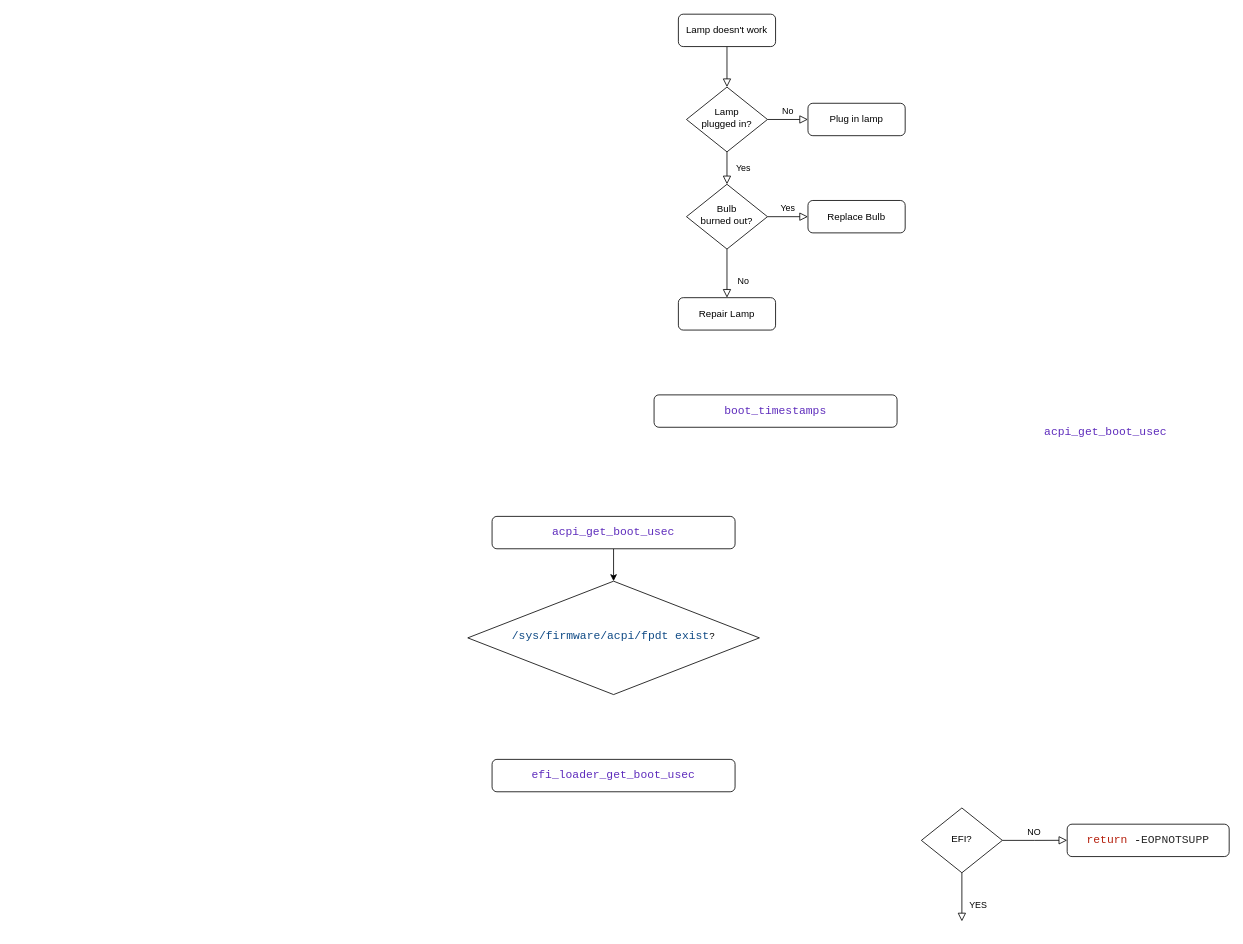
wbzzx-bb/wb-linux keeps this draw.io diagram as systemd.drawio. Above is the earlier version. Source tidied: cells renumbered, new cells numbered last; positions are measured from the earlier drawing's top-left corner, leaving out a move shared by most shapes. Both pictures are drawn from the tidied source at 81%, with x=0, y=0 at pixel (467, 14).
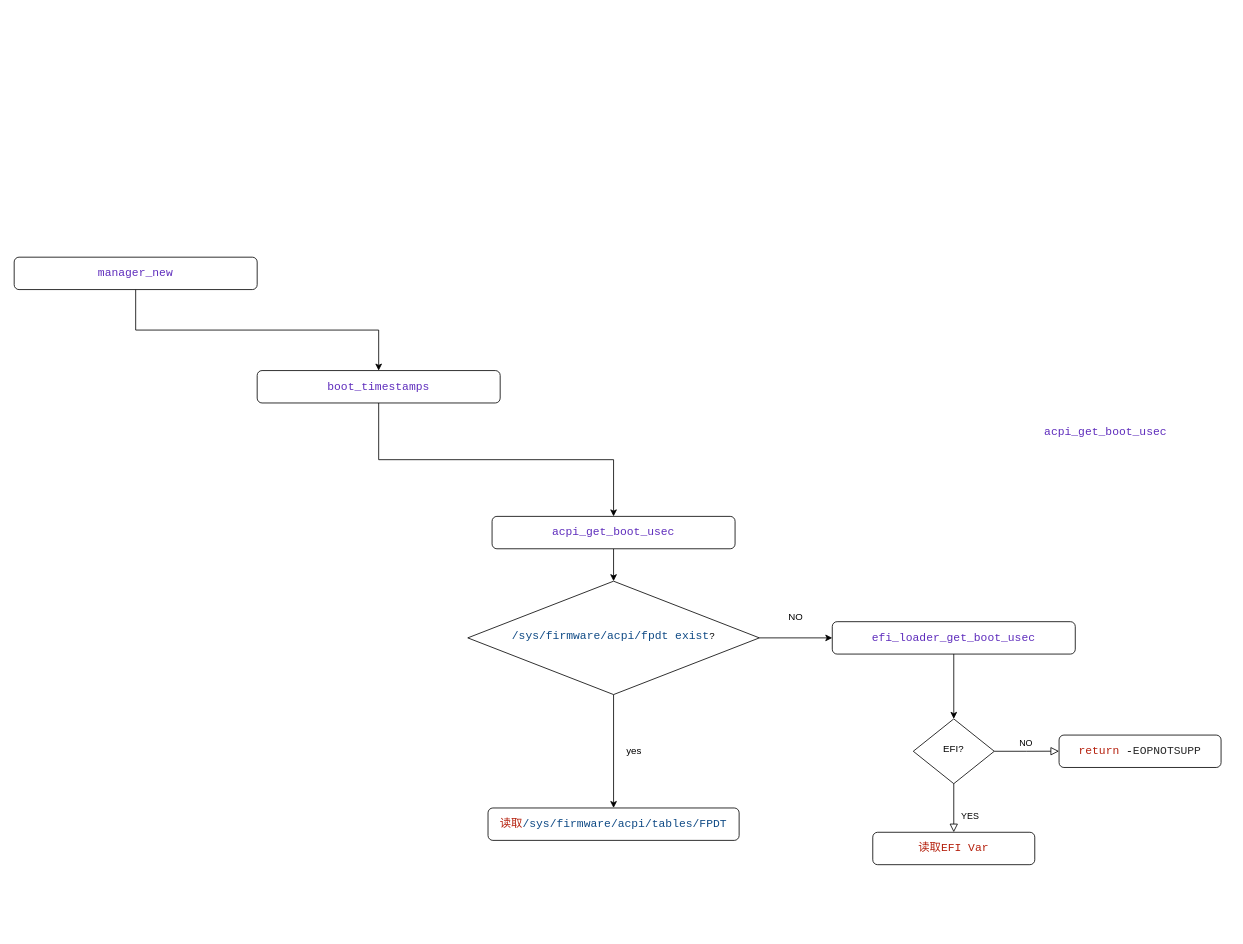
The same diagram, later.

The change refers to these unchanged cells:
```xml
<mxCell id="21" value="&lt;div style=&quot;color: rgb(41, 41, 41); background-color: rgb(255, 255, 255); font-family: Consolas, &amp;quot;Courier New&amp;quot;, monospace; font-size: 14px; line-height: 19px; white-space: pre;&quot;&gt;&lt;span style=&quot;color: rgb(94, 44, 188); text-align: left;&quot;&gt;acpi_get_boot_usec&lt;/span&gt;&lt;/div&gt;" style="rounded=1;whiteSpace=wrap;html=1;fontSize=12;glass=0;strokeWidth=1;shadow=0;" parent="1" vertex="1">
  <mxGeometry x="30" y="620" width="300" height="40" as="geometry" />
</mxCell>
<mxCell id="22" value="&lt;span style=&quot;color: rgb(15, 74, 133); background-color: rgb(255, 255, 255); font-family: Consolas, &amp;quot;Courier New&amp;quot;, monospace; font-size: 14px; white-space: pre;&quot;&gt;/sys/firmware/acpi/fpdt exist&lt;/span&gt;?" style="rhombus;whiteSpace=wrap;html=1;shadow=0;fontFamily=Helvetica;fontSize=12;align=center;strokeWidth=1;spacing=6;spacingTop=-4;" parent="1" vertex="1">
  <mxGeometry y="700" width="360" height="140" as="geometry" />
</mxCell>
```

Change to the diagram source:
```diff
@@
-    <mxCell id="2" style="rounded=0;html=1;jettySize=auto;fontSize=11;endArrow=block;endFill=0;endSize=8;strokeWidth=1;shadow=0;labelBackgroundColor=none;edgeStyle=orthogonalEdgeStyle;" parent="1" edge="1" source="3" target="6">
-      <mxGeometry relative="1" as="geometry" />
-    </mxCell>
-    <mxCell id="3" value="Lamp doesn't work" style="rounded=1;whiteSpace=wrap;html=1;fontSize=12;glass=0;strokeWidth=1;shadow=0;" parent="1" vertex="1">
-      <mxGeometry x="260" width="120" height="40" as="geometry" />
-    </mxCell>
-    <mxCell id="4" value="Yes" style="rounded=0;html=1;jettySize=auto;fontSize=11;endArrow=block;endFill=0;endSize=8;strokeWidth=1;shadow=0;labelBackgroundColor=none;edgeStyle=orthogonalEdgeStyle;" parent="1" edge="1" source="6" target="10">
-      <mxGeometry y="20" relative="1" as="geometry" />
-    </mxCell>
-    <mxCell id="5" value="No" style="edgeStyle=orthogonalEdgeStyle;rounded=0;html=1;jettySize=auto;fontSize=11;endArrow=block;endFill=0;endSize=8;strokeWidth=1;shadow=0;labelBackgroundColor=none;" parent="1" edge="1" source="6" target="7">
-      <mxGeometry y="10" relative="1" as="geometry" />
-    </mxCell>
-    <mxCell id="6" value="Lamp&lt;br&gt;plugged in?" style="rhombus;whiteSpace=wrap;html=1;shadow=0;fontFamily=Helvetica;fontSize=12;align=center;strokeWidth=1;spacing=6;spacingTop=-4;" parent="1" vertex="1">
-      <mxGeometry x="270" y="90" width="100" height="80" as="geometry" />
-    </mxCell>
-    <mxCell id="7" value="Plug in lamp" style="rounded=1;whiteSpace=wrap;html=1;fontSize=12;glass=0;strokeWidth=1;shadow=0;" parent="1" vertex="1">
-      <mxGeometry x="420" y="110" width="120" height="40" as="geometry" />
-    </mxCell>
-    <mxCell id="8" value="No" style="rounded=0;html=1;jettySize=auto;fontSize=11;endArrow=block;endFill=0;endSize=8;strokeWidth=1;shadow=0;labelBackgroundColor=none;edgeStyle=orthogonalEdgeStyle;" parent="1" edge="1" source="10" target="11">
-      <mxGeometry x="0.33" y="20" relative="1" as="geometry" />
-    </mxCell>
-    <mxCell id="9" value="Yes" style="edgeStyle=orthogonalEdgeStyle;rounded=0;html=1;jettySize=auto;fontSize=11;endArrow=block;endFill=0;endSize=8;strokeWidth=1;shadow=0;labelBackgroundColor=none;" parent="1" edge="1" source="10" target="12">
-      <mxGeometry y="10" relative="1" as="geometry" />
-    </mxCell>
-    <mxCell id="10" value="Bulb&lt;br&gt;burned out?" style="rhombus;whiteSpace=wrap;html=1;shadow=0;fontFamily=Helvetica;fontSize=12;align=center;strokeWidth=1;spacing=6;spacingTop=-4;" parent="1" vertex="1">
-      <mxGeometry x="270" y="210" width="100" height="80" as="geometry" />
-    </mxCell>
-    <mxCell id="11" value="Repair Lamp" style="rounded=1;whiteSpace=wrap;html=1;fontSize=12;glass=0;strokeWidth=1;shadow=0;" parent="1" vertex="1">
-      <mxGeometry x="260" y="350" width="120" height="40" as="geometry" />
-    </mxCell>
-    <mxCell id="12" value="Replace Bulb" style="rounded=1;whiteSpace=wrap;html=1;fontSize=12;glass=0;strokeWidth=1;shadow=0;" parent="1" vertex="1">
-      <mxGeometry x="420" y="230" width="120" height="40" as="geometry" />
-    </mxCell>
+    <mxCell id="23" style="edgeStyle=orthogonalEdgeStyle;rounded=0;jettySize=auto;html=1;" parent="1" edge="1" source="13" target="14">
+      <mxGeometry relative="1" as="geometry" />
+    </mxCell>
     <mxCell id="13" value="&lt;div style=&quot;color: rgb(41, 41, 41); background-color: rgb(255, 255, 255); font-family: Consolas, &amp;quot;Courier New&amp;quot;, monospace; font-size: 14px; line-height: 19px; white-space: pre;&quot;&gt;&lt;span style=&quot;color: #5e2cbc;&quot;&gt;efi_loader_get_boot_usec&lt;/span&gt;&lt;/div&gt;" style="rounded=1;whiteSpace=wrap;html=1;fontSize=12;glass=0;strokeWidth=1;shadow=0;" parent="1" vertex="1">
-      <mxGeometry x="30" y="920" width="300" height="40" as="geometry" />
+      <mxGeometry x="450" y="750" width="300" height="40" as="geometry" />
     </mxCell>
     <mxCell id="14" value="EFI?" style="rhombus;whiteSpace=wrap;html=1;shadow=0;fontFamily=Helvetica;fontSize=12;align=center;strokeWidth=1;spacing=6;spacingTop=-4;" parent="1" vertex="1">
-      <mxGeometry x="560" y="980" width="100" height="80" as="geometry" />
+      <mxGeometry x="550" y="870" width="100" height="80" as="geometry" />
     </mxCell>
     <mxCell id="15" value="YES" style="rounded=0;html=1;jettySize=auto;orthogonalLoop=1;fontSize=11;endArrow=block;endFill=0;endSize=8;strokeWidth=1;shadow=0;labelBackgroundColor=none;edgeStyle=orthogonalEdgeStyle;" parent="1" edge="1">
       <mxGeometry x="0.33" y="20" relative="1" as="geometry">
-        <mxPoint x="610" y="1060" as="sourcePoint" />
-        <mxPoint x="610" y="1120" as="targetPoint" />
+        <mxPoint x="600" y="950" as="sourcePoint" />
+        <mxPoint x="600" y="1010" as="targetPoint" />
       </mxGeometry>
     </mxCell>
     <mxCell id="16" value="&lt;div style=&quot;color: rgb(41, 41, 41); background-color: rgb(255, 255, 255); font-family: Consolas, &amp;quot;Courier New&amp;quot;, monospace; font-size: 14px; line-height: 19px; white-space: pre;&quot;&gt;&lt;div style=&quot;line-height: 19px;&quot;&gt;&lt;span style=&quot;color: #b5200d;&quot;&gt;return&lt;/span&gt; &lt;span style=&quot;color: #000000;&quot;&gt;-&lt;/span&gt;EOPNOTSUPP&lt;/div&gt;&lt;/div&gt;" style="rounded=1;whiteSpace=wrap;html=1;fontSize=12;glass=0;strokeWidth=1;shadow=0;" parent="1" vertex="1">
-      <mxGeometry x="740" y="1000" width="200" height="40" as="geometry" />
+      <mxGeometry x="730" y="890" width="200" height="40" as="geometry" />
     </mxCell>
     <mxCell id="17" value="NO" style="edgeStyle=orthogonalEdgeStyle;rounded=0;html=1;jettySize=auto;fontSize=11;endArrow=block;endFill=0;endSize=8;strokeWidth=1;shadow=0;labelBackgroundColor=none;exitX=1;exitY=0.5;exitDx=0;exitDy=0;" parent="1" edge="1" source="14">
       <mxGeometry y="10" relative="1" as="geometry">
-        <mxPoint x="740" y="1019.9" as="targetPoint" />
+        <mxPoint x="730" y="909.9" as="targetPoint" />
       </mxGeometry>
     </mxCell>
+    <mxCell id="24" style="edgeStyle=orthogonalEdgeStyle;rounded=0;jettySize=auto;html=1;entryX=0.5;entryY=0;entryDx=0;entryDy=0;" parent="1" edge="1" source="18" target="21">
+      <mxGeometry relative="1" as="geometry" />
+    </mxCell>
     <mxCell id="18" value="&lt;div style=&quot;color: rgb(41, 41, 41); background-color: rgb(255, 255, 255); font-family: Consolas, &amp;quot;Courier New&amp;quot;, monospace; font-size: 14px; line-height: 19px; white-space: pre;&quot;&gt;&lt;span style=&quot;color: rgb(94, 44, 188); text-align: left;&quot;&gt;boot_timestamps&lt;/span&gt;&lt;/div&gt;" style="rounded=1;whiteSpace=wrap;html=1;fontSize=12;glass=0;strokeWidth=1;shadow=0;" parent="1" vertex="1">
-      <mxGeometry x="230" y="470" width="300" height="40" as="geometry" />
+      <mxGeometry x="-260" y="440" width="300" height="40" as="geometry" />
     </mxCell>
@@
+    <mxCell id="25" style="edgeStyle=orthogonalEdgeStyle;rounded=0;jettySize=auto;html=1;" parent="1" edge="1" source="22" target="13">
+      <mxGeometry relative="1" as="geometry" />
+    </mxCell>
+    <mxCell id="26" style="edgeStyle=orthogonalEdgeStyle;rounded=0;jettySize=auto;html=1;" parent="1" edge="1" source="22" target="29">
+      <mxGeometry relative="1" as="geometry" />
+    </mxCell>
@@
+    <mxCell id="27" value="NO" style="text;strokeColor=none;fillColor=none;align=left;verticalAlign=middle;spacingLeft=4;spacingRight=4;overflow=hidden;whiteSpace=wrap;html=1;" parent="1" vertex="1">
+      <mxGeometry x="390" y="730" width="30" height="30" as="geometry" />
+    </mxCell>
+    <mxCell id="28" value="&lt;div style=&quot;background-color: rgb(255, 255, 255); font-family: Consolas, &amp;quot;Courier New&amp;quot;, monospace; font-size: 14px; line-height: 19px; white-space: pre; color: rgb(41, 41, 41);&quot;&gt;&lt;div style=&quot;line-height: 19px;&quot;&gt;&lt;font color=&quot;#b5200d&quot;&gt;读取EFI Var&lt;/font&gt;&lt;/div&gt;&lt;/div&gt;" style="rounded=1;whiteSpace=wrap;html=1;fontSize=12;glass=0;strokeWidth=1;shadow=0;" parent="1" vertex="1">
+      <mxGeometry x="500" y="1010" width="200" height="40" as="geometry" />
+    </mxCell>
+    <mxCell id="29" value="&lt;div style=&quot;background-color: rgb(255, 255, 255); font-family: Consolas, &amp;quot;Courier New&amp;quot;, monospace; font-size: 14px; line-height: 19px; white-space: pre; color: rgb(41, 41, 41);&quot;&gt;&lt;div style=&quot;line-height: 19px;&quot;&gt;&lt;font color=&quot;#b5200d&quot;&gt;读取&lt;/font&gt;&lt;span style=&quot;color: rgb(15, 74, 133); background-color: light-dark(rgb(255, 255, 255), rgb(18, 18, 18));&quot;&gt;/sys/firmware/acpi/tables/FPDT&lt;/span&gt;&lt;/div&gt;&lt;/div&gt;" style="rounded=1;whiteSpace=wrap;html=1;fontSize=12;glass=0;strokeWidth=1;shadow=0;" parent="1" vertex="1">
+      <mxGeometry x="25" y="980" width="310" height="40" as="geometry" />
+    </mxCell>
+    <mxCell id="30" value="yes" style="text;strokeColor=none;fillColor=none;align=left;verticalAlign=middle;spacingLeft=4;spacingRight=4;overflow=hidden;whiteSpace=wrap;html=1;" parent="1" vertex="1">
+      <mxGeometry x="190" y="895" width="30" height="30" as="geometry" />
+    </mxCell>
+    <mxCell id="31" style="edgeStyle=orthogonalEdgeStyle;rounded=0;jettySize=auto;html=1;entryX=0.5;entryY=0;entryDx=0;entryDy=0;" parent="1" edge="1" source="32" target="18">
+      <mxGeometry relative="1" as="geometry" />
+    </mxCell>
+    <mxCell id="32" value="&lt;div style=&quot;color: rgb(41, 41, 41); background-color: rgb(255, 255, 255); font-family: Consolas, &amp;quot;Courier New&amp;quot;, monospace; font-size: 14px; line-height: 19px; white-space: pre;&quot;&gt;&lt;div style=&quot;line-height: 19px;&quot;&gt;&lt;span style=&quot;color: #5e2cbc;&quot;&gt;manager_new&lt;/span&gt;&lt;/div&gt;&lt;/div&gt;" style="rounded=1;whiteSpace=wrap;html=1;fontSize=12;glass=0;strokeWidth=1;shadow=0;" parent="1" vertex="1">
+      <mxGeometry x="-560" y="300" width="300" height="40" as="geometry" />
+    </mxCell>
```
